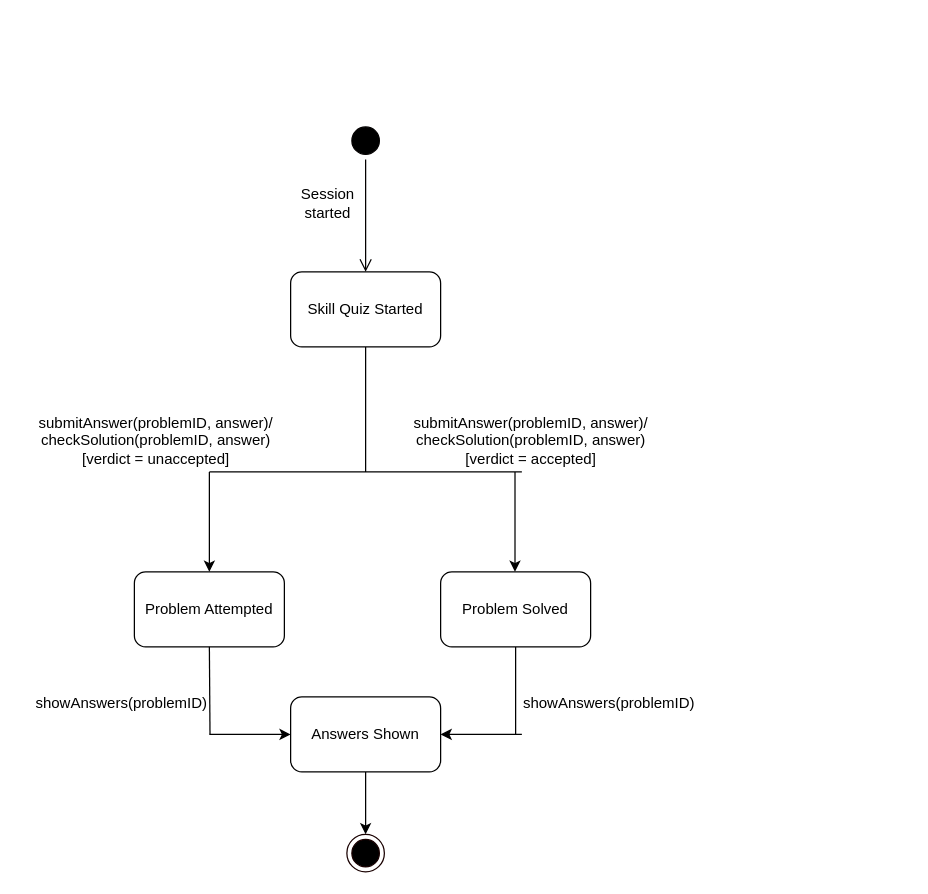
The draw.io diagram page "Skill Quiz" (2 of 8) of fianl_state.drawio in MdHuzzatunAli/ISD, before the edit. Source tidied: cells renumbered, new cells numbered last; positions are measured from the earlier drawing's top-left corner, leaving out a move shared by most shapes. Both pictures are drawn from the tidied source at 125%, with x=0, y=0 at pixel (21, 121).
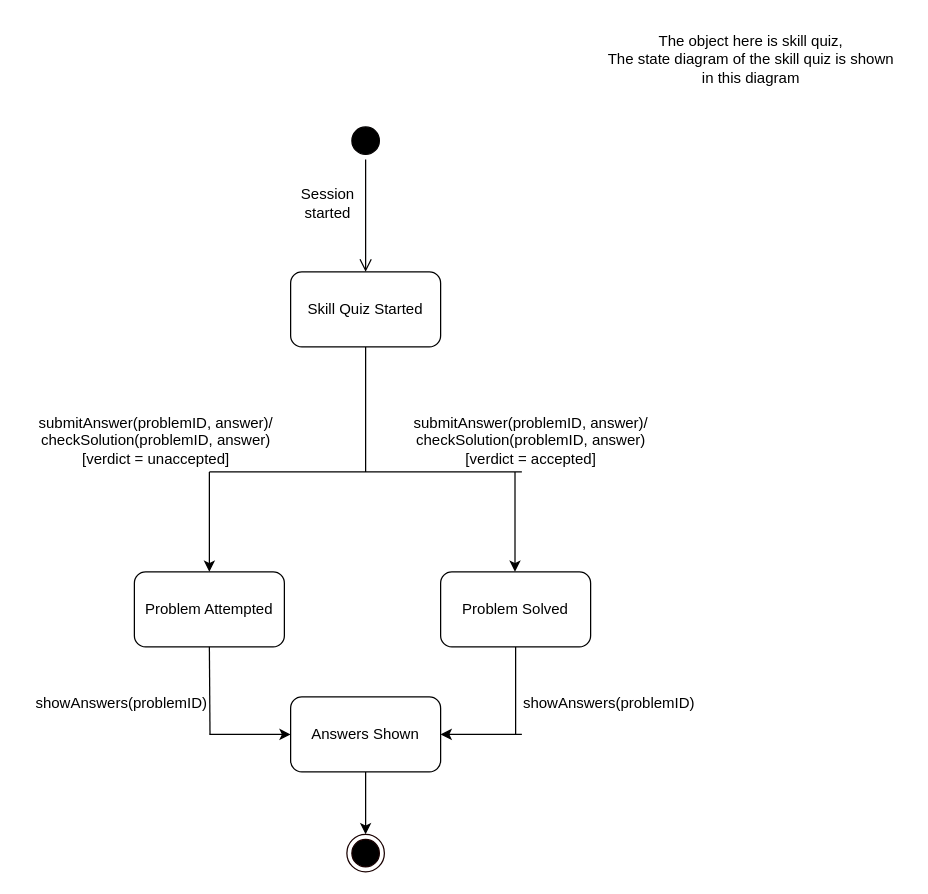
The same diagram, later.

Change to the diagram source:
```diff
@@
+    <mxCell id="23" value="The object here is skill quiz,&lt;br&gt;The state diagram of the skill quiz is shown&lt;br&gt;in this diagram" style="text;html=1;align=center;verticalAlign=middle;strokeColor=none;fillColor=none;" parent="1" vertex="1">
+      <mxGeometry x="458" y="-80" width="250" height="60" as="geometry" />
+    </mxCell>
```
